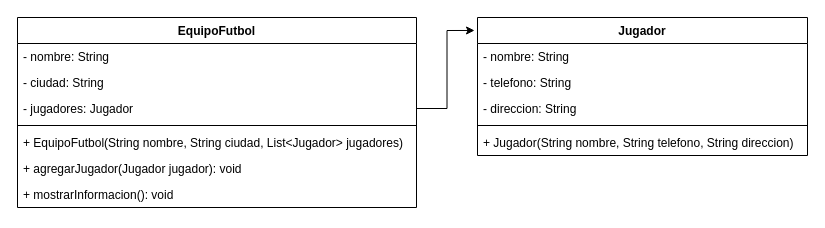
Earlier version of the draw.io diagram src/taller_uno/uml/ejercicio2.drawio (daesvi/Java-Poo). Source tidied: cells renumbered, new cells numbered last; positions are measured from the earlier drawing's top-left corner, leaving out a move shared by most shapes. Both pictures are drawn from the tidied source at 100%, with x=0, y=0 at pixel (17, 17).
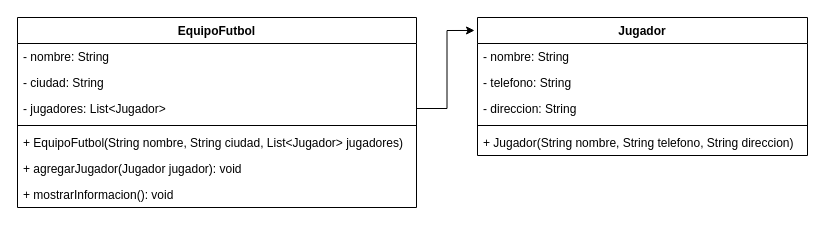
The same diagram, later.

Commit message (it also covers changes not shown here):
Diagrama UML del punto 2 (Equipo de futbol)

What changed in the source:
```diff
@@
 <mxGraphModel>
   <root>
     <mxCell id="0" />
     <mxCell id="1" parent="0" />
     <mxCell id="2" value="EquipoFutbol" style="swimlane;fontStyle=1;align=center;verticalAlign=top;horizontal=1;startSize=26;whiteSpace=wrap;html=1;" parent="1" vertex="1">
       <mxGeometry width="399" height="190" as="geometry" />
     </mxCell>
     <mxCell id="3" value="- nombre: String" style="text;strokeColor=none;fillColor=none;align=left;verticalAlign=top;spacingLeft=4;spacingRight=4;overflow=hidden;whiteSpace=wrap;html=1;" parent="2" vertex="1">
       <mxGeometry y="26" width="399" height="26" as="geometry" />
     </mxCell>
     <mxCell id="4" value="- ciudad: String" style="text;strokeColor=none;fillColor=none;align=left;verticalAlign=top;spacingLeft=4;spacingRight=4;overflow=hidden;whiteSpace=wrap;html=1;" parent="2" vertex="1">
       <mxGeometry y="52" width="399" height="26" as="geometry" />
     </mxCell>
-    <mxCell id="5" value="- jugadores: Jugador" style="text;strokeColor=none;fillColor=none;align=left;verticalAlign=top;spacingLeft=4;spacingRight=4;overflow=hidden;points=[[0,0.5],[1,0.5]];portConstraint=eastwest;whiteSpace=wrap;html=1;" parent="2" vertex="1">
+    <mxCell id="5" value="- jugadores: List&amp;lt;Jugador&amp;gt;" style="text;strokeColor=none;fillColor=none;align=left;verticalAlign=top;spacingLeft=4;spacingRight=4;overflow=hidden;points=[[0,0.5],[1,0.5]];portConstraint=eastwest;whiteSpace=wrap;html=1;" parent="2" vertex="1">
       <mxGeometry y="78" width="399" height="26" as="geometry" />
     </mxCell>
     <mxCell id="6" style="line;strokeWidth=1;fillColor=none;align=left;verticalAlign=middle;spacingTop=-1;spacingLeft=3;spacingRight=3;labelPosition=right;strokeColor=inherit;" parent="2" vertex="1">
       <mxGeometry y="104" width="399" height="8" as="geometry" />
     </mxCell>
     <mxCell id="7" value="+ EquipoFutbol(String nombre, String ciudad, List&amp;lt;Jugador&amp;gt; jugadores)" style="text;strokeColor=none;fillColor=none;align=left;verticalAlign=top;spacingLeft=4;spacingRight=4;overflow=hidden;whiteSpace=wrap;html=1;" parent="2" vertex="1">
       <mxGeometry y="112" width="399" height="26" as="geometry" />
     </mxCell>
     <mxCell id="8" value="+ agregarJugador(Jugador jugador): void" style="text;strokeColor=none;fillColor=none;align=left;verticalAlign=top;spacingLeft=4;spacingRight=4;overflow=hidden;whiteSpace=wrap;html=1;" parent="2" vertex="1">
       <mxGeometry y="138" width="399" height="26" as="geometry" />
     </mxCell>
     <mxCell id="9" value="+ mostrarInformacion(): void" style="text;strokeColor=none;fillColor=none;align=left;verticalAlign=top;spacingLeft=4;spacingRight=4;overflow=hidden;whiteSpace=wrap;html=1;" parent="2" vertex="1">
       <mxGeometry y="164" width="399" height="26" as="geometry" />
     </mxCell>
     <mxCell id="10" value="Jugador" style="swimlane;fontStyle=1;align=center;verticalAlign=top;horizontal=1;startSize=26;whiteSpace=wrap;html=1;" parent="1" vertex="1">
       <mxGeometry x="460" width="330" height="138" as="geometry" />
     </mxCell>
     <mxCell id="11" value="- nombre: String" style="text;strokeColor=none;fillColor=none;align=left;verticalAlign=top;spacingLeft=4;spacingRight=4;overflow=hidden;whiteSpace=wrap;html=1;" parent="10" vertex="1">
       <mxGeometry y="26" width="330" height="26" as="geometry" />
     </mxCell>
     <mxCell id="12" value="- telefono: String" style="text;strokeColor=none;fillColor=none;align=left;verticalAlign=top;spacingLeft=4;spacingRight=4;overflow=hidden;whiteSpace=wrap;html=1;" parent="10" vertex="1">
       <mxGeometry y="52" width="330" height="26" as="geometry" />
     </mxCell>
     <mxCell id="13" value="- direccion: String" style="text;strokeColor=none;fillColor=none;align=left;verticalAlign=top;spacingLeft=4;spacingRight=4;overflow=hidden;whiteSpace=wrap;html=1;" parent="10" vertex="1">
       <mxGeometry y="78" width="330" height="26" as="geometry" />
     </mxCell>
     <mxCell id="14" style="line;strokeWidth=1;fillColor=none;align=left;verticalAlign=middle;spacingTop=-1;spacingLeft=3;spacingRight=3;labelPosition=right;strokeColor=inherit;" parent="10" vertex="1">
       <mxGeometry y="104" width="330" height="8" as="geometry" />
     </mxCell>
     <mxCell id="15" value="+ Jugador(String nombre, String telefono, String direccion)" style="text;strokeColor=none;fillColor=none;align=left;verticalAlign=top;spacingLeft=4;spacingRight=4;overflow=hidden;whiteSpace=wrap;html=1;" parent="10" vertex="1">
       <mxGeometry y="112" width="330" height="26" as="geometry" />
     </mxCell>
     <mxCell id="16" style="edgeStyle=orthogonalEdgeStyle;rounded=0;jettySize=auto;html=1;exitX=1;exitY=0.5;exitDx=0;exitDy=0;entryX=-0.009;entryY=0.094;entryDx=0;entryDy=0;entryPerimeter=0;" parent="1" edge="1" source="5" target="10">
       <mxGeometry relative="1" as="geometry" />
     </mxCell>
   </root>
 </mxGraphModel>
```
